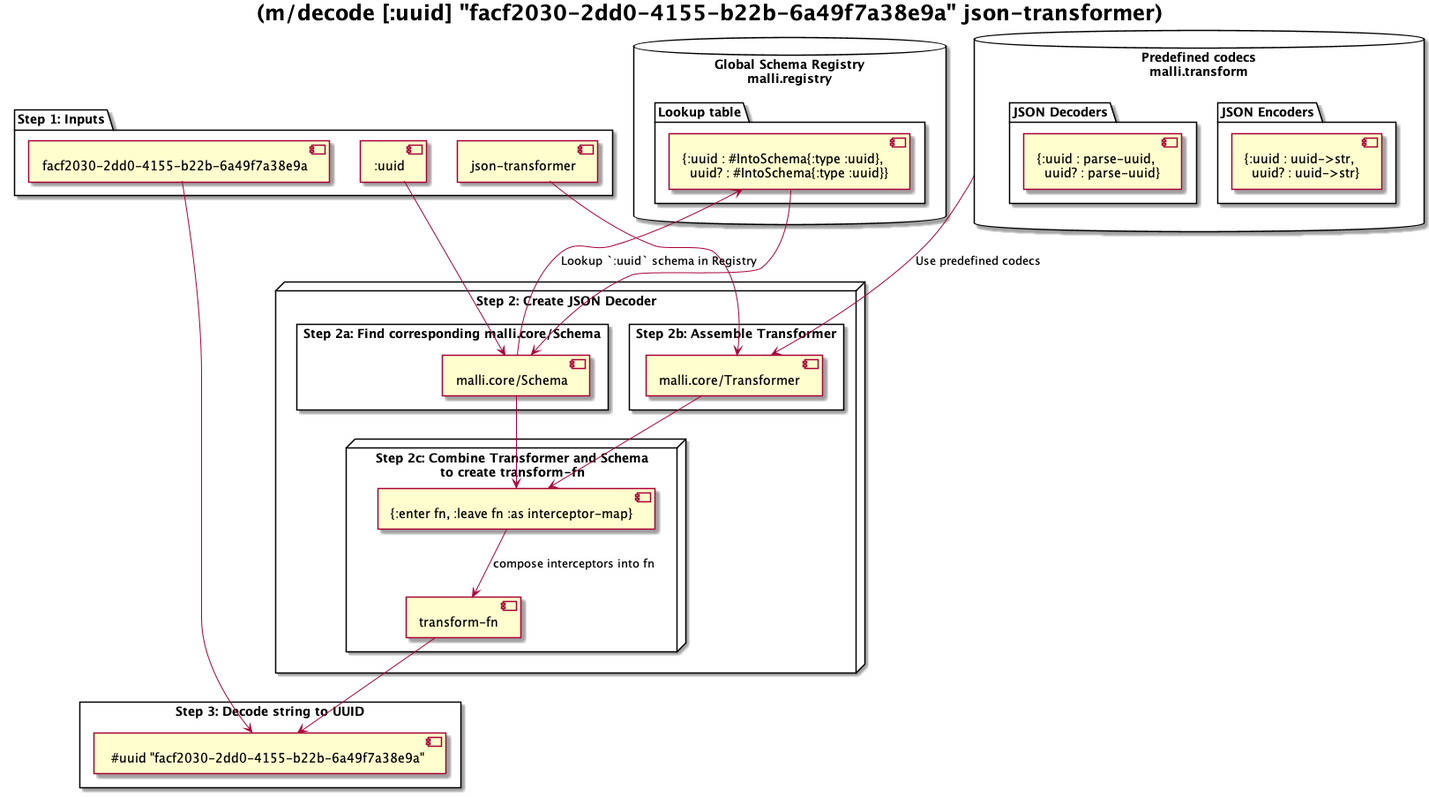
Earlier version of the PlantUML export resources/key-concepts-2.png (ALai57/malli-walkthrough).
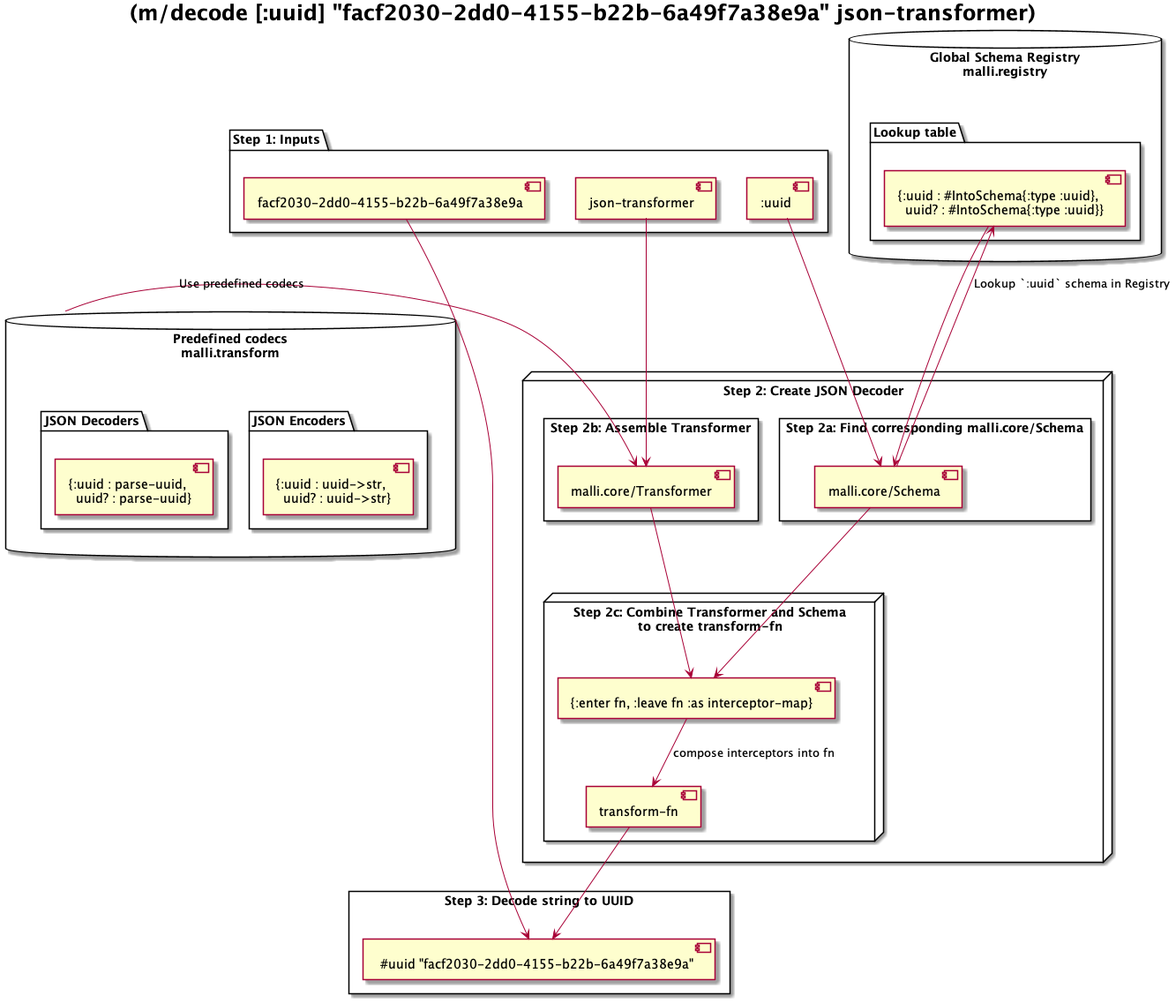
The same file after the commit.

Commit message:
Small layout tweak

Change to the diagram source:
```diff
@@ -10,9 +10,9 @@
 }
 
 package "Step 1: Inputs" {
+  [:uuid]
   ["facf2030-2dd0-4155-b22b-6a49f7a38e9a"]
   [json-transformer]
-  [:uuid]
 }
 
 node "Step 2: Create JSON Decoder" {
@@ -30,7 +30,9 @@
   }
 }
 
-[malli.core/Schema] --> LT : Lookup `:uuid` schema in Registry
+DB -right-> [malli.core/Transformer] : Use predefined codecs
+
+[malli.core/Schema] -right-> LT : Lookup `:uuid` schema in Registry
 LT --> [malli.core/Schema]
 
 database "Predefined codecs\nmalli.transform" as DB {
@@ -43,7 +45,6 @@
   }
 }
 
-DB --> [malli.core/Transformer] : Use predefined codecs
 
 rectangle "Step 3: Decode string to UUID" {
   [transform-fn] --> [ #uuid "facf2030-2dd0-4155-b22b-6a49f7a38e9a"]
```
